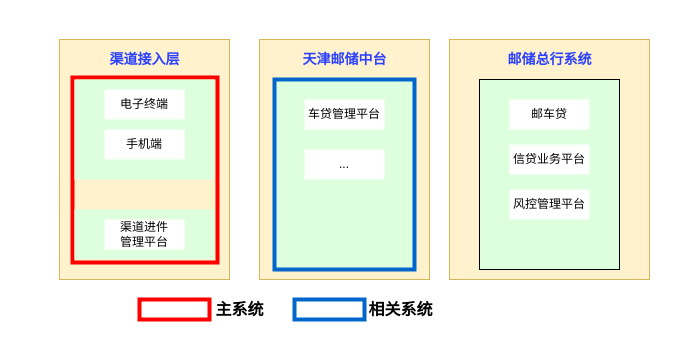
gxhslcww/scala keeps this draw.io diagram as Untitled Diagram.drawio. Above is the earlier version. Source tidied: cells renumbered, new cells numbered last; positions are measured from the earlier drawing's top-left corner, leaving out a move shared by most shapes. Both pictures are drawn from the tidied source at 100%, with x=0, y=0 at pixel (19, 19).
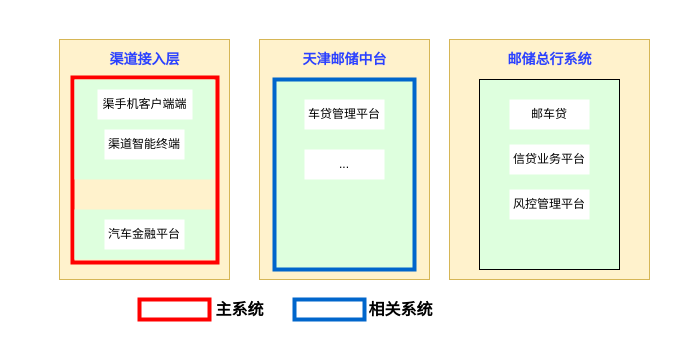
The same page after the edit.

What changed in the source:
```diff
@@
-    <mxCell id="9" value="电子终端" style="rounded=0;whiteSpace=wrap;html=1;strokeColor=none;" parent="1" vertex="1">
-      <mxGeometry x="85" y="70" width="80" height="30" as="geometry" />
+    <mxCell id="9" value="渠手机客户端端" style="rounded=0;whiteSpace=wrap;html=1;strokeColor=none;" parent="1" vertex="1">
+      <mxGeometry x="78" y="70" width="95" height="30" as="geometry" />
     </mxCell>
@@
-    <mxCell id="11" value="手机端" style="rounded=0;whiteSpace=wrap;html=1;strokeColor=none;" parent="1" vertex="1">
+    <mxCell id="11" value="渠道智能终端" style="rounded=0;whiteSpace=wrap;html=1;strokeColor=none;" parent="1" vertex="1">
       <mxGeometry x="85" y="110" width="80" height="30" as="geometry" />
     </mxCell>
-    <mxCell id="12" value="渠道进件&lt;br&gt;管理平台" style="rounded=0;whiteSpace=wrap;html=1;strokeColor=none;" parent="1" vertex="1">
+    <mxCell id="12" value="汽车金融平台" style="rounded=0;whiteSpace=wrap;html=1;strokeColor=none;" parent="1" vertex="1">
       <mxGeometry x="85" y="200" width="80" height="30" as="geometry" />
     </mxCell>
```
